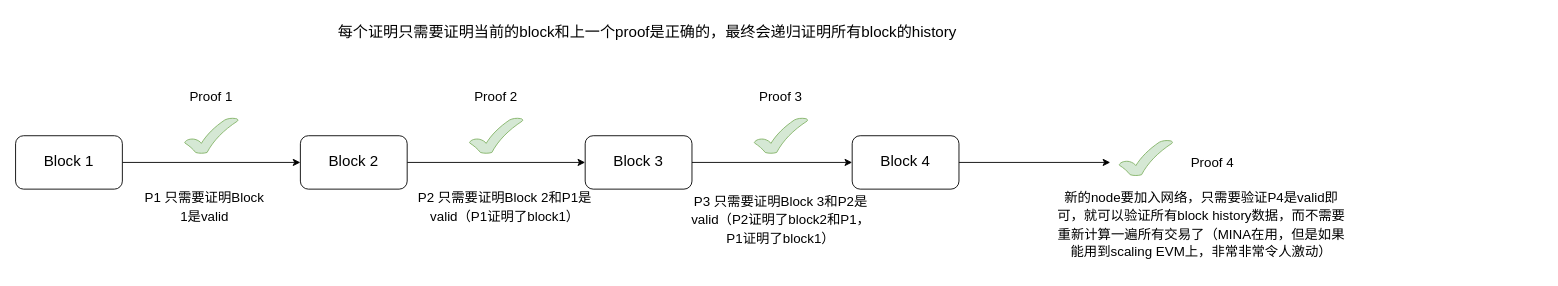
Before: zk-proof/recursive proof.drawio in 0xyicheng/a-research-diagram, a draw.io diagram. Source tidied: cells renumbered, new cells numbered last; positions are measured from the earlier drawing's top-left corner, leaving out a move shared by most shapes. Both pictures are drawn from the tidied source at 89%, with x=0, y=0 at pixel (15, 28).
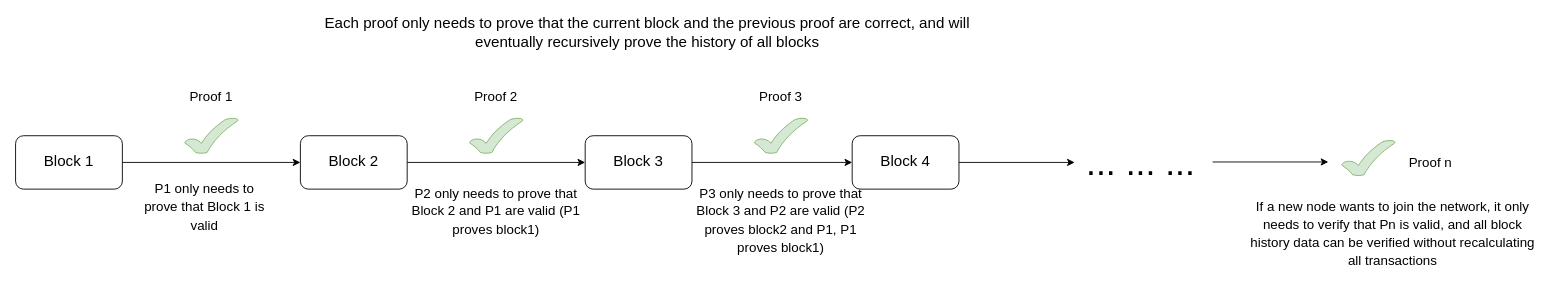
The same diagram, later.

Diff of the diagram source:
```diff
@@
-    <mxCell id="12" value="&lt;font style=&quot;font-size: 15px;&quot;&gt;P1 只需要证明Block 1是valid&lt;/font&gt;" style="text;html=1;strokeColor=none;fillColor=none;align=center;verticalAlign=middle;whiteSpace=wrap;rounded=0;fontSize=17;" parent="1" vertex="1">
+    <mxCell id="12" value="&lt;font style=&quot;font-size: 15px;&quot;&gt;P1 only needs to prove that Block 1 is valid&lt;/font&gt;" style="text;html=1;strokeColor=none;fillColor=none;align=center;verticalAlign=middle;whiteSpace=wrap;rounded=0;fontSize=17;" parent="1" vertex="1">
       <mxGeometry x="140" y="170" width="145" height="60" as="geometry" />
     </mxCell>
-    <mxCell id="13" value="&lt;font style=&quot;font-size: 15px;&quot;&gt;P2&amp;nbsp;只需要证明Block 2和P1是valid（P1证明了block1）&lt;/font&gt;" style="text;html=1;strokeColor=none;fillColor=none;align=center;verticalAlign=middle;whiteSpace=wrap;rounded=0;fontSize=17;" parent="1" vertex="1">
-      <mxGeometry x="445" y="165" width="210" height="70" as="geometry" />
+    <mxCell id="13" value="&lt;font style=&quot;font-size: 15px;&quot;&gt;P2 only needs to prove that Block 2 and P1 are valid (P1 proves block1)&lt;/font&gt;" style="text;html=1;strokeColor=none;fillColor=none;align=center;verticalAlign=middle;whiteSpace=wrap;rounded=0;fontSize=17;" parent="1" vertex="1">
+      <mxGeometry x="435" y="170" width="210" height="70" as="geometry" />
     </mxCell>
-    <mxCell id="14" value="&lt;font style=&quot;font-size: 15px;&quot;&gt;P3 只需要证明Block 3和P2是valid（P2证明了block2和P1，P1证明了block1）&lt;/font&gt;" style="text;html=1;strokeColor=none;fillColor=none;align=center;verticalAlign=middle;whiteSpace=wrap;rounded=0;fontSize=17;" parent="1" vertex="1">
+    <mxCell id="14" value="&lt;font style=&quot;font-size: 15px;&quot;&gt;P3 only needs to prove that Block 3 and P2 are valid (P2 proves block2 and P1, P1 proves block1)&lt;/font&gt;" style="text;html=1;strokeColor=none;fillColor=none;align=center;verticalAlign=middle;whiteSpace=wrap;rounded=0;fontSize=17;" parent="1" vertex="1">
       <mxGeometry x="755" y="180" width="210" height="70" as="geometry" />
     </mxCell>
-    <mxCell id="15" value="&lt;font style=&quot;font-size: 17px;&quot;&gt;每个证明只需要证明当前的block和上一个proof是正确的，最终会递归证明所有block的history&lt;/font&gt;" style="text;html=1;strokeColor=none;fillColor=none;align=center;verticalAlign=middle;whiteSpace=wrap;rounded=0;fontSize=15;" parent="1" vertex="1">
+    <mxCell id="15" value="&lt;font style=&quot;font-size: 17px;&quot;&gt;Each proof only needs to prove that the current block and the previous proof are correct, and will eventually recursively prove the history of all blocks&lt;/font&gt;" style="text;html=1;strokeColor=none;fillColor=none;align=center;verticalAlign=middle;whiteSpace=wrap;rounded=0;fontSize=15;" parent="1" vertex="1">
       <mxGeometry x="340" width="740" height="10" as="geometry" />
     </mxCell>
     <mxCell id="16" style="endArrow=classic;html=1;rounded=0;" parent="1" edge="1">
       <mxGeometry relative="1" as="geometry">
         <mxPoint x="1060" y="150" as="sourcePoint" />
-        <mxPoint x="1230" y="150" as="targetPoint" />
+        <mxPoint x="1190" y="150" as="targetPoint" />
       </mxGeometry>
     </mxCell>
     <mxCell id="17" style="verticalLabelPosition=bottom;verticalAlign=top;html=1;shape=mxgraph.basic.tick;fontSize=17;fillColor=#d5e8d4;strokeColor=#82b366;" parent="1" vertex="1">
-      <mxGeometry x="1240" y="125" width="60" height="40" as="geometry" />
+      <mxGeometry x="1490" y="125" width="60" height="40" as="geometry" />
     </mxCell>
-    <mxCell id="18" value="&lt;span style=&quot;font-size: 15px;&quot;&gt;新的node要加入网络，只需要验证P4是valid即可，就可以验证所有block history数据，而不需要重新计算一遍所有交易了（MINA在用，但是如果能用到scaling EVM上，非常非常令人激动）&lt;/span&gt;" style="text;html=1;strokeColor=none;fillColor=none;align=center;verticalAlign=middle;whiteSpace=wrap;rounded=0;fontSize=17;" parent="1" vertex="1">
-      <mxGeometry x="1165" y="180" width="335" height="80" as="geometry" />
+    <mxCell id="18" value="&lt;span style=&quot;font-size: 15px;&quot;&gt;If a new node wants to join the network, it only needs to verify that Pn is valid, and all block history data can be verified without recalculating all transactions&lt;/span&gt;" style="text;html=1;strokeColor=none;fillColor=none;align=center;verticalAlign=middle;whiteSpace=wrap;rounded=0;fontSize=17;" parent="1" vertex="1">
+      <mxGeometry x="1380" y="190" width="335" height="80" as="geometry" />
     </mxCell>
@@
-    <mxCell id="22" value="&lt;font style=&quot;font-size: 15px;&quot;&gt;Proof 4&lt;/font&gt;" style="text;html=1;strokeColor=none;fillColor=none;align=center;verticalAlign=middle;whiteSpace=wrap;rounded=0;" parent="1" vertex="1">
-      <mxGeometry x="1315" y="135" width="60" height="30" as="geometry" />
+    <mxCell id="22" value="&lt;font style=&quot;font-size: 15px;&quot;&gt;Proof n&lt;/font&gt;" style="text;html=1;strokeColor=none;fillColor=none;align=center;verticalAlign=middle;whiteSpace=wrap;rounded=0;" parent="1" vertex="1">
+      <mxGeometry x="1560" y="135" width="60" height="30" as="geometry" />
     </mxCell>
+    <mxCell id="23" style="endArrow=classic;html=1;rounded=0;" parent="1" edge="1">
+      <mxGeometry relative="1" as="geometry">
+        <mxPoint x="1345" y="149.5" as="sourcePoint" />
+        <mxPoint x="1475" y="149.5" as="targetPoint" />
+      </mxGeometry>
+    </mxCell>
+    <mxCell id="24" value="&lt;font style=&quot;font-size: 40px;&quot;&gt;... ... ...&amp;nbsp;&lt;/font&gt;" style="text;html=1;strokeColor=none;fillColor=none;align=center;verticalAlign=middle;whiteSpace=wrap;rounded=0;fontSize=16;" parent="1" vertex="1">
+      <mxGeometry x="1200" y="135" width="140" height="30" as="geometry" />
+    </mxCell>
```
